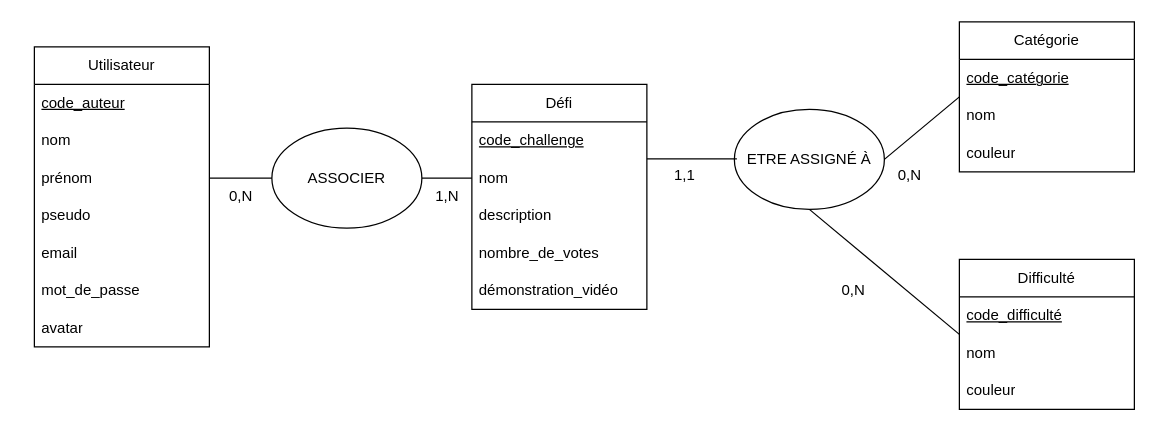
The draw.io diagram docs/MCD.drawio in kishankarunanithy/Gamer-back, before the edit. Source tidied: cells renumbered, new cells numbered last; positions are measured from the earlier drawing's top-left corner, leaving out a move shared by most shapes. Both pictures are drawn from the tidied source at 125%, with x=0, y=0 at pixel (34, 21).
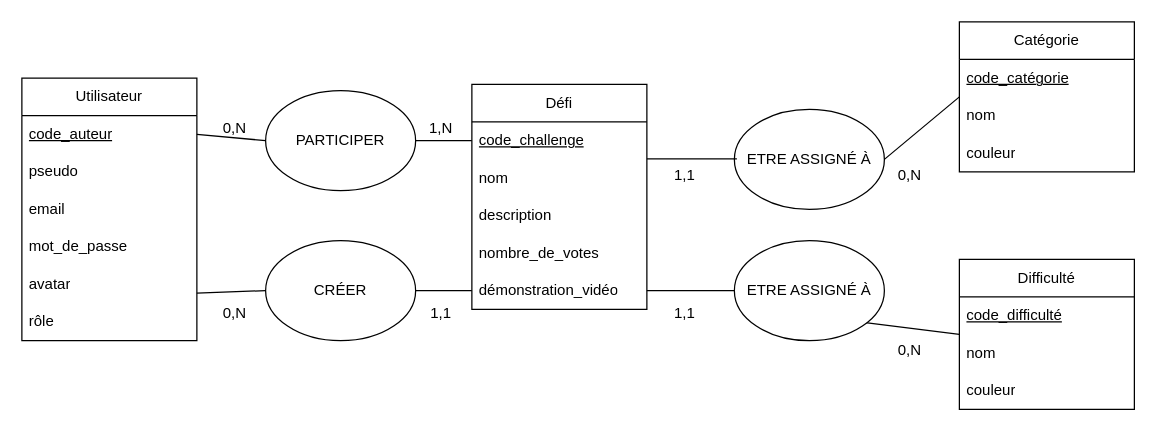
The same page after the edit.

The change refers to these unchanged cells:
```xml
<mxCell id="3" value="&lt;u&gt;code_challenge&lt;/u&gt;" style="text;strokeColor=none;fillColor=none;align=left;verticalAlign=middle;spacingLeft=4;spacingRight=4;overflow=hidden;points=[[0,0.5],[1,0.5]];portConstraint=eastwest;whiteSpace=wrap;html=1;" parent="2" vertex="1">
  <mxGeometry y="30" width="140" height="30" as="geometry" />
</mxCell>
<mxCell id="4" value="nom" style="text;strokeColor=none;fillColor=none;align=left;verticalAlign=middle;spacingLeft=4;spacingRight=4;overflow=hidden;points=[[0,0.5],[1,0.5]];portConstraint=eastwest;whiteSpace=wrap;html=1;" parent="2" vertex="1">
  <mxGeometry y="60" width="140" height="30" as="geometry" />
</mxCell>
<mxCell id="7" value="démonstration_vidéo" style="text;strokeColor=none;fillColor=none;align=left;verticalAlign=middle;spacingLeft=4;spacingRight=4;overflow=hidden;points=[[0,0.5],[1,0.5]];portConstraint=eastwest;whiteSpace=wrap;html=1;" parent="2" vertex="1">
  <mxGeometry y="150" width="140" height="30" as="geometry" />
</mxCell>
<mxCell id="14" value="nom" style="text;strokeColor=none;fillColor=none;align=left;verticalAlign=middle;spacingLeft=4;spacingRight=4;overflow=hidden;points=[[0,0.5],[1,0.5]];portConstraint=eastwest;whiteSpace=wrap;html=1;" parent="12" vertex="1">
  <mxGeometry y="60" width="140" height="30" as="geometry" />
</mxCell>
<mxCell id="17" value="&lt;u&gt;code_auteur&lt;/u&gt;" style="text;strokeColor=none;fillColor=none;align=left;verticalAlign=middle;spacingLeft=4;spacingRight=4;overflow=hidden;points=[[0,0.5],[1,0.5]];portConstraint=eastwest;whiteSpace=wrap;html=1;" parent="16" vertex="1">
  <mxGeometry y="30" width="140" height="30" as="geometry" />
</mxCell>
<mxCell id="24" value="ETRE ASSIGNÉ À" style="ellipse;whiteSpace=wrap;html=1;" parent="1" vertex="1">
  <mxGeometry x="560" y="70" width="120" height="80" as="geometry" />
</mxCell>
```

The edit, as a diff of the source:
```diff
@@
-<mxGraphModel>
+<mxGraphModel background="#ffffff">
@@
     <mxCell id="16" value="Utilisateur" style="swimlane;fontStyle=0;horizontal=1;startSize=30;whiteSpace=wrap;html=1;" parent="1" vertex="1">
-      <mxGeometry y="20" width="140" height="240" as="geometry" />
+      <mxGeometry x="-10" y="45" width="140" height="210" as="geometry" />
     </mxCell>
@@
-    <mxCell id="18" value="nom" style="text;strokeColor=none;fillColor=none;align=left;verticalAlign=middle;spacingLeft=4;spacingRight=4;overflow=hidden;whiteSpace=wrap;html=1;" parent="16" vertex="1">
-      <mxGeometry y="60" width="140" height="30" as="geometry" />
-    </mxCell>
-    <mxCell id="19" value="prénom" style="text;strokeColor=none;fillColor=none;align=left;verticalAlign=middle;spacingLeft=4;spacingRight=4;overflow=hidden;points=[[0,0.5],[1,0.5]];portConstraint=eastwest;whiteSpace=wrap;html=1;" parent="16" vertex="1">
-      <mxGeometry y="90" width="140" height="30" as="geometry" />
-    </mxCell>
     <mxCell id="20" value="pseudo" style="text;strokeColor=none;fillColor=none;align=left;verticalAlign=middle;spacingLeft=4;spacingRight=4;overflow=hidden;whiteSpace=wrap;html=1;" parent="16" vertex="1">
-      <mxGeometry y="120" width="140" height="30" as="geometry" />
+      <mxGeometry y="60" width="140" height="30" as="geometry" />
     </mxCell>
     <mxCell id="21" value="email" style="text;strokeColor=none;fillColor=none;align=left;verticalAlign=middle;spacingLeft=4;spacingRight=4;overflow=hidden;whiteSpace=wrap;html=1;" parent="16" vertex="1">
-      <mxGeometry y="150" width="140" height="30" as="geometry" />
+      <mxGeometry y="90" width="140" height="30" as="geometry" />
     </mxCell>
     <mxCell id="22" value="mot_de_passe" style="text;strokeColor=none;fillColor=none;align=left;verticalAlign=middle;spacingLeft=4;spacingRight=4;overflow=hidden;whiteSpace=wrap;html=1;" parent="16" vertex="1">
-      <mxGeometry y="180" width="140" height="30" as="geometry" />
+      <mxGeometry y="120" width="140" height="30" as="geometry" />
     </mxCell>
+    <mxCell id="36" value="avatar" style="text;strokeColor=none;fillColor=none;align=left;verticalAlign=middle;spacingLeft=4;spacingRight=4;overflow=hidden;points=[[0,0.5],[1,0.5]];portConstraint=eastwest;whiteSpace=wrap;html=1;" parent="16" vertex="1">
+      <mxGeometry y="150" width="140" height="30" as="geometry" />
+    </mxCell>
-    <mxCell id="23" value="avatar" style="text;strokeColor=none;fillColor=none;align=left;verticalAlign=middle;spacingLeft=4;spacingRight=4;overflow=hidden;whiteSpace=wrap;html=1;" parent="16" vertex="1">
-      <mxGeometry y="210" width="140" height="30" as="geometry" />
+    <mxCell id="23" value="rôle" style="text;strokeColor=none;fillColor=none;align=left;verticalAlign=middle;spacingLeft=4;spacingRight=4;overflow=hidden;whiteSpace=wrap;html=1;" parent="16" vertex="1">
+      <mxGeometry y="180" width="140" height="30" as="geometry" />
     </mxCell>
@@
-    <mxCell id="29" style="edgeStyle=none;html=1;exitX=0.5;exitY=1;exitDx=0;exitDy=0;entryX=0;entryY=0;entryDx=0;entryDy=0;entryPerimeter=0;endArrow=none;endFill=0;" parent="1" edge="1" source="24" target="14">
-      <mxGeometry relative="1" as="geometry" />
+    <mxCell id="29" style="edgeStyle=none;html=1;entryX=0;entryY=0;entryDx=0;entryDy=0;entryPerimeter=0;endArrow=none;endFill=0;" parent="1" edge="1" target="14">
+      <mxGeometry relative="1" as="geometry">
+        <mxPoint x="660" y="240" as="sourcePoint" />
+      </mxGeometry>
     </mxCell>
     <mxCell id="30" value="0,N" style="text;html=1;align=center;verticalAlign=middle;strokeColor=none;fillColor=none;" parent="1" vertex="1">
-      <mxGeometry x="635" y="200" width="40" height="30" as="geometry" />
+      <mxGeometry x="680" y="248" width="40" height="30" as="geometry" />
     </mxCell>
-    <mxCell id="31" value="ASSOCIER" style="ellipse;whiteSpace=wrap;html=1;" parent="1" vertex="1">
-      <mxGeometry x="190" y="85" width="120" height="80" as="geometry" />
+    <mxCell id="31" value="PARTICIPER" style="ellipse;whiteSpace=wrap;html=1;" parent="1" vertex="1">
+      <mxGeometry x="185" y="55" width="120" height="80" as="geometry" />
     </mxCell>
-    <mxCell id="32" style="edgeStyle=none;html=1;exitX=1;exitY=0.5;exitDx=0;exitDy=0;entryX=0;entryY=0.5;entryDx=0;entryDy=0;endArrow=none;endFill=0;" parent="1" edge="1" source="19" target="31">
+    <mxCell id="32" style="edgeStyle=none;html=1;exitX=1;exitY=0.5;exitDx=0;exitDy=0;entryX=0;entryY=0.5;entryDx=0;entryDy=0;endArrow=none;endFill=0;" parent="1" edge="1" source="17" target="31">
       <mxGeometry relative="1" as="geometry" />
     </mxCell>
-    <mxCell id="33" style="edgeStyle=none;html=1;exitX=0;exitY=0.5;exitDx=0;exitDy=0;entryX=1;entryY=0.5;entryDx=0;entryDy=0;endArrow=none;endFill=0;" parent="1" edge="1" source="4" target="31">
+    <mxCell id="33" style="edgeStyle=none;html=1;entryX=1;entryY=0.5;entryDx=0;entryDy=0;endArrow=none;endFill=0;exitX=0;exitY=0.5;exitDx=0;exitDy=0;" parent="1" edge="1" source="3" target="31">
       <mxGeometry relative="1" as="geometry" />
     </mxCell>
     <mxCell id="34" value="0,N" style="text;html=1;align=center;verticalAlign=middle;strokeColor=none;fillColor=none;" parent="1" vertex="1">
-      <mxGeometry x="145" y="125" width="40" height="30" as="geometry" />
+      <mxGeometry x="140" y="70" width="40" height="30" as="geometry" />
     </mxCell>
     <mxCell id="35" value="1,N" style="text;html=1;align=center;verticalAlign=middle;strokeColor=none;fillColor=none;" parent="1" vertex="1">
-      <mxGeometry x="310" y="125" width="40" height="30" as="geometry" />
+      <mxGeometry x="305" y="70" width="40" height="30" as="geometry" />
     </mxCell>
+    <mxCell id="37" value="CRÉER" style="ellipse;whiteSpace=wrap;html=1;" parent="1" vertex="1">
+      <mxGeometry x="185" y="175" width="120" height="80" as="geometry" />
+    </mxCell>
+    <mxCell id="38" style="edgeStyle=none;html=1;exitX=0;exitY=0.5;exitDx=0;exitDy=0;entryX=1;entryY=0.5;entryDx=0;entryDy=0;endArrow=none;endFill=0;" parent="1" edge="1" source="7" target="37">
+      <mxGeometry relative="1" as="geometry" />
+    </mxCell>
+    <mxCell id="39" style="edgeStyle=none;html=1;entryX=0;entryY=0.5;entryDx=0;entryDy=0;endArrow=none;endFill=0;exitX=1;exitY=0.733;exitDx=0;exitDy=0;exitPerimeter=0;" parent="1" edge="1" source="36" target="37">
+      <mxGeometry relative="1" as="geometry" />
+    </mxCell>
+    <mxCell id="40" value="0,N" style="text;html=1;align=center;verticalAlign=middle;strokeColor=none;fillColor=none;" parent="1" vertex="1">
+      <mxGeometry x="140" y="218" width="40" height="30" as="geometry" />
+    </mxCell>
+    <mxCell id="41" value="1,1" style="text;html=1;align=center;verticalAlign=middle;strokeColor=none;fillColor=none;" parent="1" vertex="1">
+      <mxGeometry x="305" y="218" width="40" height="30" as="geometry" />
+    </mxCell>
+    <mxCell id="42" value="ETRE ASSIGNÉ À" style="ellipse;whiteSpace=wrap;html=1;" parent="1" vertex="1">
+      <mxGeometry x="560" y="175" width="120" height="80" as="geometry" />
+    </mxCell>
+    <mxCell id="43" style="edgeStyle=none;html=1;exitX=1;exitY=0.5;exitDx=0;exitDy=0;entryX=0;entryY=0.5;entryDx=0;entryDy=0;endArrow=none;endFill=0;" parent="1" edge="1" source="7" target="42">
+      <mxGeometry relative="1" as="geometry" />
+    </mxCell>
+    <mxCell id="44" value="1,1" style="text;html=1;align=center;verticalAlign=middle;strokeColor=none;fillColor=none;" parent="1" vertex="1">
+      <mxGeometry x="500" y="218" width="40" height="30" as="geometry" />
+    </mxCell>
```
